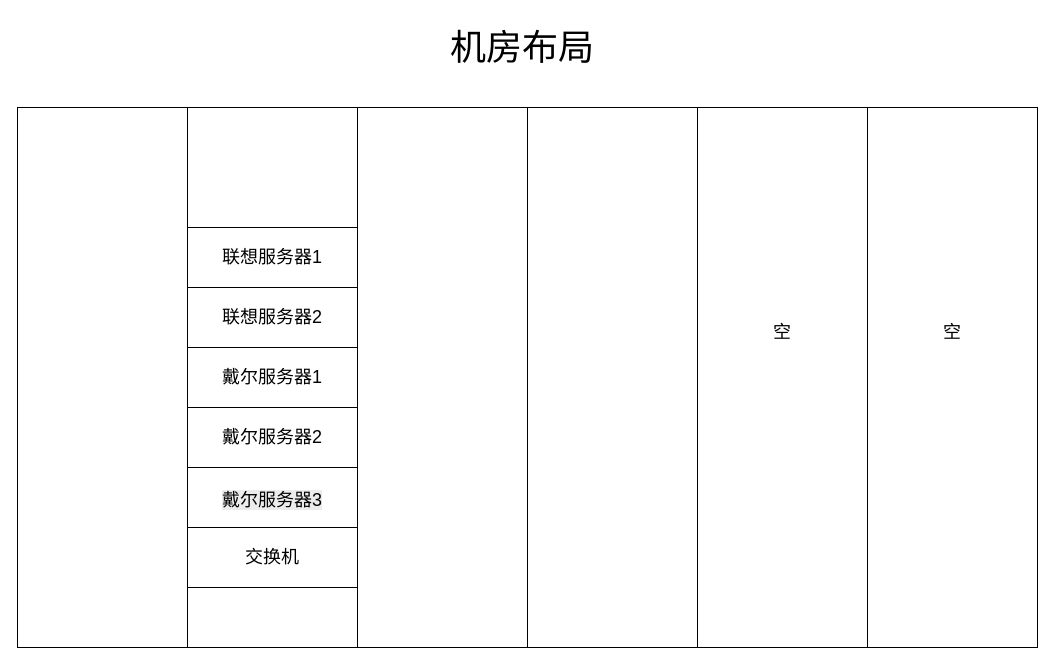
Before: page "第 2 页" (2 of 4) of mingluzhongxue.drawio in bzerozero7/test, a draw.io diagram. Source tidied: cells renumbered, new cells numbered last; positions are measured from the earlier drawing's top-left corner, leaving out a move shared by most shapes. Both pictures are drawn from the tidied source at 100%, with x=0, y=0 at pixel (17, 17).
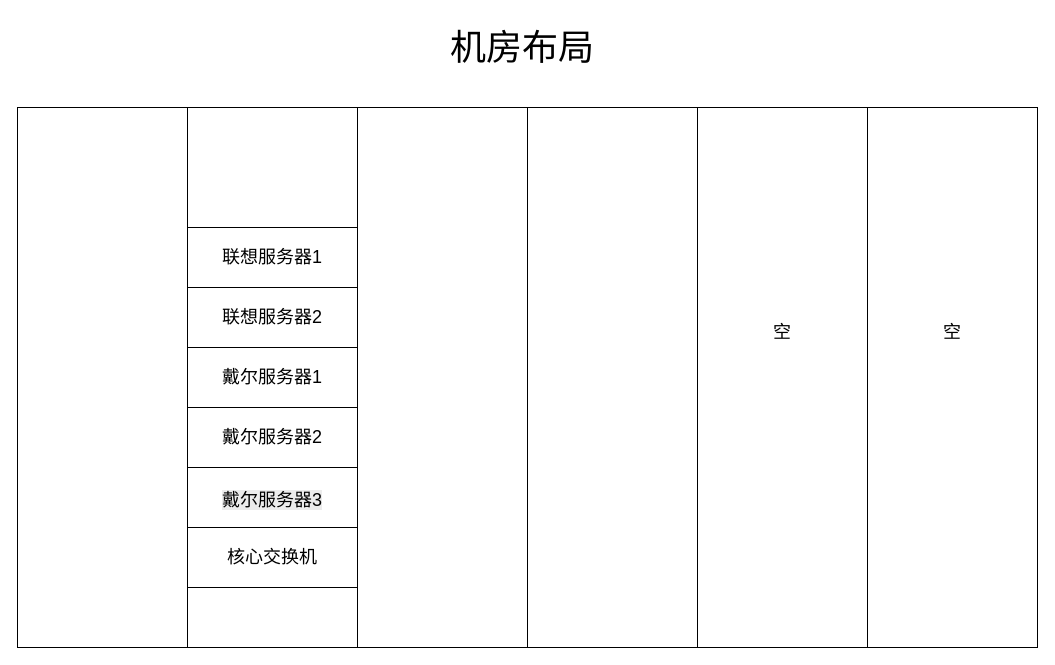
The same page after the edit.

What changed in the source:
```diff
@@
 <mxGraphModel>
   <root>
     <mxCell id="0" />
     <mxCell id="1" parent="0" />
     <mxCell id="2" style="rounded=0;whiteSpace=wrap;html=1;" parent="1" vertex="1">
       <mxGeometry y="90" width="170" height="540" as="geometry" />
     </mxCell>
     <mxCell id="3" style="rounded=0;whiteSpace=wrap;html=1;" parent="1" vertex="1">
       <mxGeometry x="170" y="90" width="170" height="540" as="geometry" />
     </mxCell>
     <mxCell id="4" style="rounded=0;whiteSpace=wrap;html=1;" parent="1" vertex="1">
       <mxGeometry x="340" y="90" width="170" height="540" as="geometry" />
     </mxCell>
     <mxCell id="5" style="rounded=0;whiteSpace=wrap;html=1;" parent="1" vertex="1">
       <mxGeometry x="510" y="90" width="170" height="540" as="geometry" />
     </mxCell>
     <mxCell id="6" style="rounded=0;whiteSpace=wrap;html=1;" parent="1" vertex="1">
       <mxGeometry x="680" y="90" width="170" height="540" as="geometry" />
     </mxCell>
     <mxCell id="7" style="rounded=0;whiteSpace=wrap;html=1;" parent="1" vertex="1">
       <mxGeometry x="850" y="90" width="170" height="540" as="geometry" />
     </mxCell>
     <mxCell id="8" value="&lt;font style=&quot;font-size: 18px;&quot;&gt;空&lt;/font&gt;" style="text;html=1;align=center;verticalAlign=middle;whiteSpace=wrap;rounded=0;" parent="1" vertex="1">
       <mxGeometry x="905" y="300" width="60" height="30" as="geometry" />
     </mxCell>
     <mxCell id="9" value="&lt;font style=&quot;font-size: 36px;&quot;&gt;机房布局&lt;/font&gt;" style="text;html=1;align=center;verticalAlign=middle;whiteSpace=wrap;rounded=0;" parent="1" vertex="1">
       <mxGeometry x="360" width="290" height="60" as="geometry" />
     </mxCell>
     <mxCell id="10" value="&lt;font style=&quot;font-size: 18px;&quot;&gt;空&lt;/font&gt;" style="text;html=1;align=center;verticalAlign=middle;whiteSpace=wrap;rounded=0;" parent="1" vertex="1">
       <mxGeometry x="735" y="300" width="60" height="30" as="geometry" />
     </mxCell>
     <mxCell id="11" value="&lt;font style=&quot;font-size: 18px;&quot;&gt;联想服务器1&lt;/font&gt;" style="rounded=0;whiteSpace=wrap;html=1;" parent="1" vertex="1">
       <mxGeometry x="170" y="210" width="170" height="60" as="geometry" />
     </mxCell>
     <mxCell id="12" value="&lt;font style=&quot;font-size: 18px;&quot;&gt;联想服务器2&lt;/font&gt;" style="rounded=0;whiteSpace=wrap;html=1;" parent="1" vertex="1">
       <mxGeometry x="170" y="270" width="170" height="60" as="geometry" />
     </mxCell>
     <mxCell id="13" value="&lt;font style=&quot;font-size: 18px;&quot;&gt;戴尔服务器1&lt;/font&gt;" style="rounded=0;whiteSpace=wrap;html=1;" parent="1" vertex="1">
       <mxGeometry x="170" y="330" width="170" height="60" as="geometry" />
     </mxCell>
     <mxCell id="14" value="&lt;font style=&quot;font-size: 18px;&quot;&gt;戴尔服务器2&lt;/font&gt;" style="rounded=0;whiteSpace=wrap;html=1;" parent="1" vertex="1">
       <mxGeometry x="170" y="390" width="170" height="60" as="geometry" />
     </mxCell>
     <mxCell id="15" value="&lt;font style=&quot;font-size: 18px;&quot;&gt;&lt;br&gt;&lt;span style=&quot;color: rgb(0, 0, 0); font-family: Helvetica; font-style: normal; font-variant-ligatures: normal; font-variant-caps: normal; font-weight: 400; letter-spacing: normal; orphans: 2; text-align: center; text-indent: 0px; text-transform: none; widows: 2; word-spacing: 0px; -webkit-text-stroke-width: 0px; white-space: normal; background-color: rgb(236, 236, 236); text-decoration-thickness: initial; text-decoration-style: initial; text-decoration-color: initial; float: none; display: inline !important;&quot;&gt;戴尔服务器3&lt;/span&gt;&lt;/font&gt;&lt;div&gt;&lt;br&gt;&lt;/div&gt;" style="rounded=0;whiteSpace=wrap;html=1;" parent="1" vertex="1">
       <mxGeometry x="170" y="450" width="170" height="60" as="geometry" />
     </mxCell>
-    <mxCell id="16" value="&lt;font style=&quot;font-size: 18px;&quot;&gt;交换机&lt;/font&gt;" style="rounded=0;whiteSpace=wrap;html=1;" parent="1" vertex="1">
+    <mxCell id="16" value="&lt;font style=&quot;font-size: 18px;&quot;&gt;核心交换机&lt;/font&gt;" style="rounded=0;whiteSpace=wrap;html=1;" parent="1" vertex="1">
       <mxGeometry x="170" y="510" width="170" height="60" as="geometry" />
     </mxCell>
   </root>
 </mxGraphModel>
```
